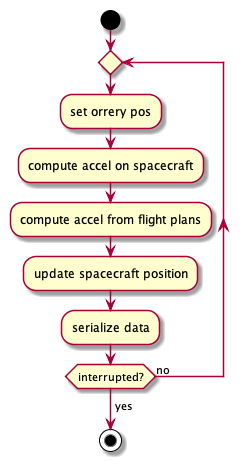
The PlantUML diagram docs/uml/png/simulatorloop.png in kghose/groho, before a commit.
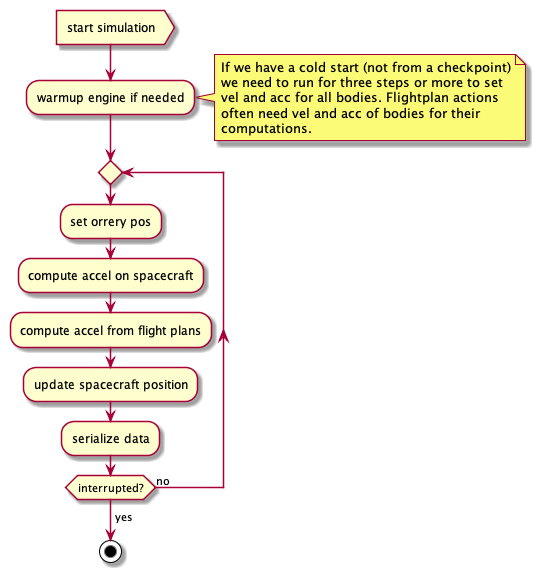
The same file after the commit.

Commit message:
Expand UML docs

What changed in the source:
```diff
@@ -1,6 +1,14 @@
 @startuml simulatorloop
 
-start
+:start simulation>
+:warmup engine if needed;
+note right
+  If we have a cold start (not from a checkpoint)
+  we need to run for three steps or more to set
+  vel and acc for all bodies. Flightplan actions
+  often need vel and acc of bodies for their
+  computations.
+end note
 
 repeat
 
```
